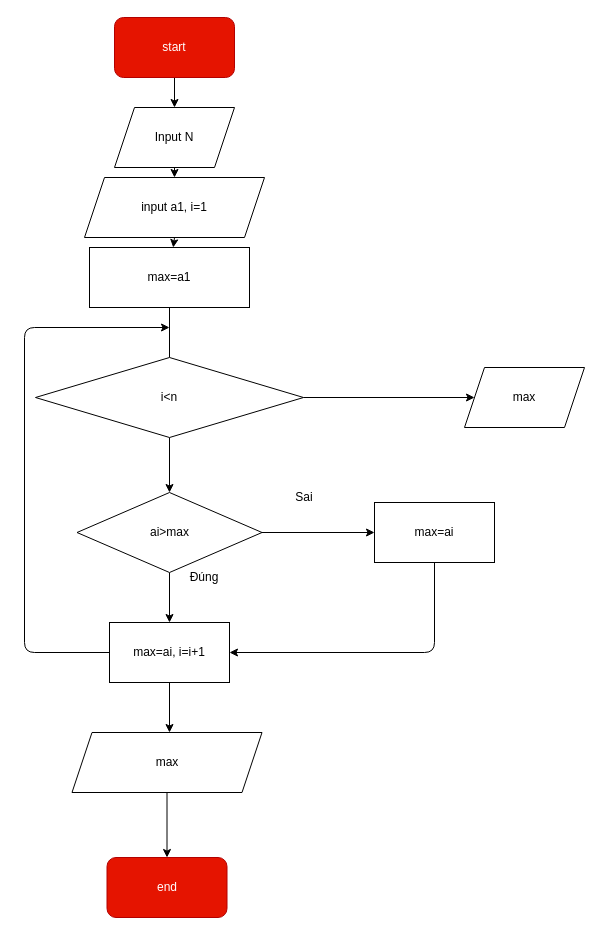
Above: page "Page-1" (1 of 5) of bai_1.dio in Nuongphan/Moule_1 (draw.io), before the change. Source tidied: cells renumbered, new cells numbered last; positions are measured from the earlier drawing's top-left corner, leaving out a move shared by most shapes. Both pictures are drawn from the tidied source at 100%, with x=0, y=0 at pixel (24, 17).
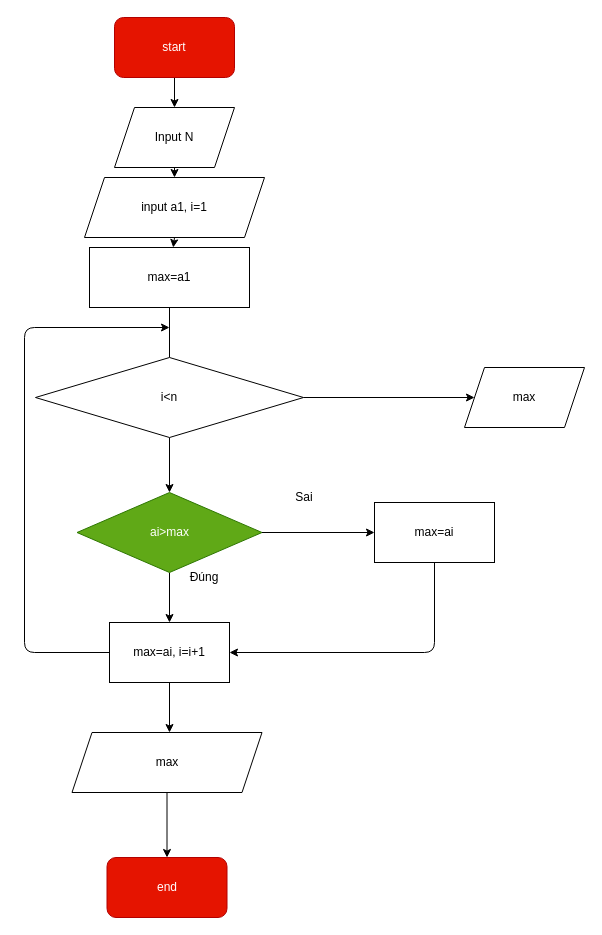
After the change.

Change to the diagram source:
```diff
@@
-    <mxCell id="13" value="ai&amp;gt;max" style="rhombus;whiteSpace=wrap;html=1;" parent="1" vertex="1">
+    <mxCell id="13" value="ai&amp;gt;max" style="rhombus;whiteSpace=wrap;html=1;fillColor=#60a917;fontColor=#ffffff;strokeColor=#2D7600;" parent="1" vertex="1">
       <mxGeometry x="52.5" y="475" width="185" height="80" as="geometry" />
     </mxCell>
```
